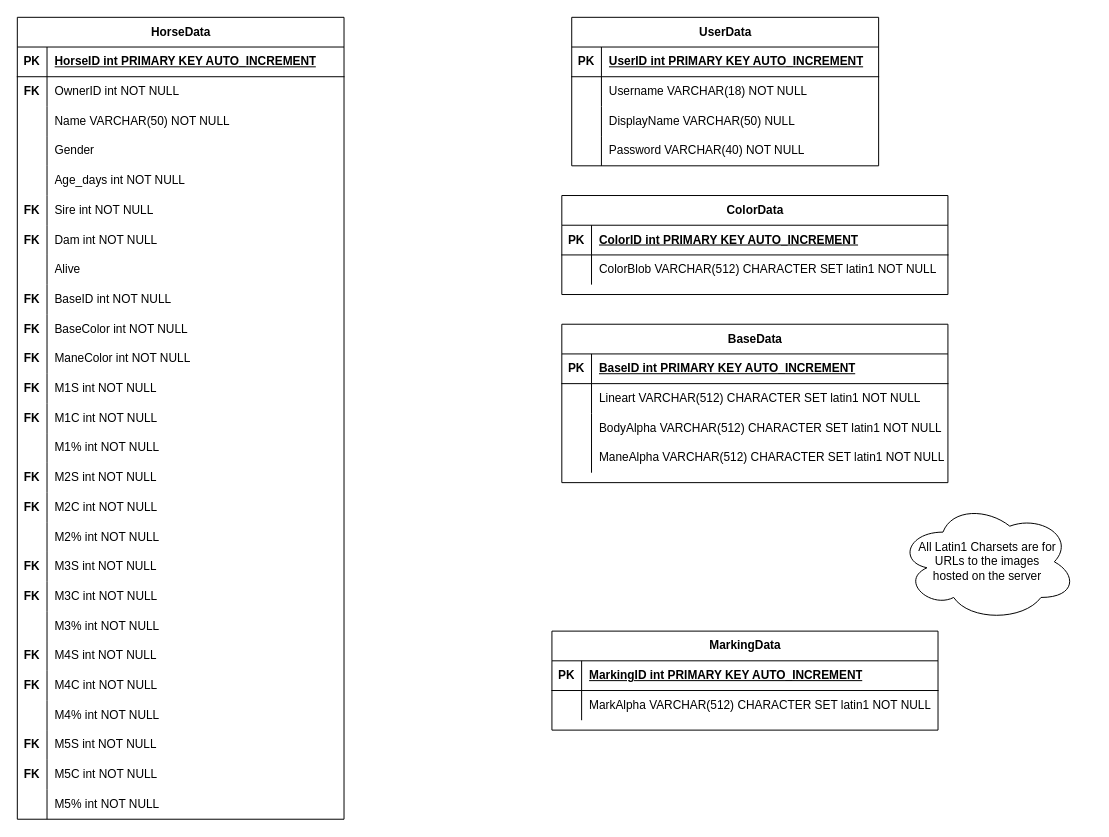
This is ReasonerBlue-ERD.drawio from BubbliBlu/BubbliBlu, a draw.io file, before an edit. Source tidied: cells renumbered, new cells numbered last; positions are measured from the earlier drawing's top-left corner, leaving out a move shared by most shapes. Both pictures are drawn from the tidied source at 99%, with x=0, y=0 at pixel (17, 17).
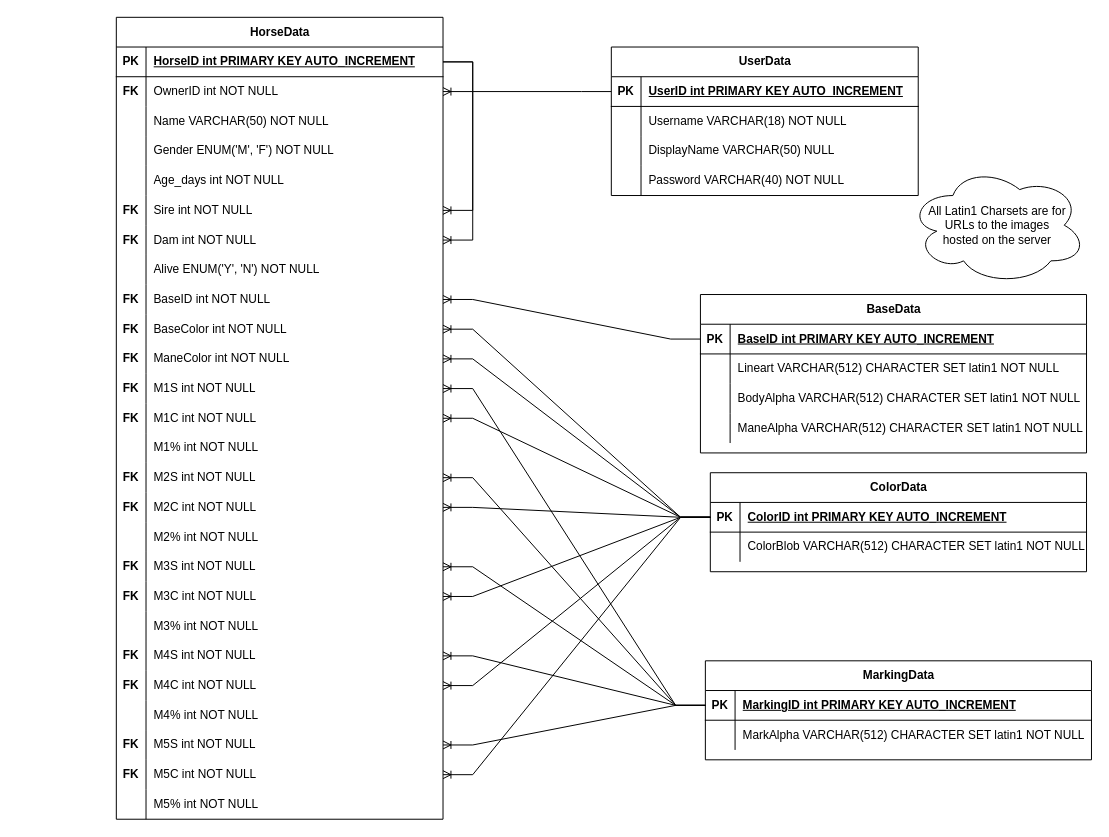
The same page after the edit.

Unchanged cells that the change refers to:
```xml
<mxCell id="3" style="shape=tableRow;horizontal=0;startSize=0;swimlaneHead=0;swimlaneBody=0;fillColor=none;points=[[0,0.5],[1,0.5]];portConstraint=eastwest;top=0;left=0;right=0;bottom=1;" parent="2" vertex="1">
  <mxGeometry y="30" width="310" height="30" as="geometry" />
</mxCell>
<mxCell id="16" style="shape=tableRow;horizontal=0;startSize=0;swimlaneHead=0;swimlaneBody=0;fillColor=none;points=[[0,0.5],[1,0.5]];portConstraint=eastwest;top=0;left=0;right=0;bottom=1;" parent="15" vertex="1">
  <mxGeometry y="30" width="330" height="30" as="geometry" />
</mxCell>
<mxCell id="19" style="shape=tableRow;horizontal=0;startSize=0;swimlaneHead=0;swimlaneBody=0;fillColor=none;points=[[0,0.5],[1,0.5]];portConstraint=eastwest;top=0;left=0;right=0;bottom=0;" parent="15" vertex="1">
  <mxGeometry y="60" width="330" height="30" as="geometry" />
</mxCell>
<mxCell id="25" style="shape=tableRow;horizontal=0;startSize=0;swimlaneHead=0;swimlaneBody=0;fillColor=none;top=0;left=0;right=0;bottom=0;" parent="15" vertex="1">
  <mxGeometry y="120" width="330" height="30" as="geometry" />
</mxCell>
<mxCell id="31" style="shape=tableRow;horizontal=0;startSize=0;swimlaneHead=0;swimlaneBody=0;fillColor=none;points=[[0,0.5],[1,0.5]];portConstraint=eastwest;top=0;left=0;right=0;bottom=0;" parent="15" vertex="1">
  <mxGeometry y="180" width="330" height="30" as="geometry" />
</mxCell>
<mxCell id="34" style="shape=tableRow;horizontal=0;startSize=0;swimlaneHead=0;swimlaneBody=0;fillColor=none;points=[[0,0.5],[1,0.5]];portConstraint=eastwest;top=0;left=0;right=0;bottom=0;" parent="15" vertex="1">
  <mxGeometry y="210" width="330" height="30" as="geometry" />
</mxCell>
<mxCell id="37" style="shape=tableRow;horizontal=0;startSize=0;swimlaneHead=0;swimlaneBody=0;fillColor=none;top=0;left=0;right=0;bottom=0;" parent="15" vertex="1">
  <mxGeometry y="240" width="330" height="30" as="geometry" />
</mxCell>
<mxCell id="40" style="shape=tableRow;horizontal=0;startSize=0;swimlaneHead=0;swimlaneBody=0;fillColor=none;points=[[0,0.5],[1,0.5]];portConstraint=eastwest;top=0;left=0;right=0;bottom=0;" parent="15" vertex="1">
  <mxGeometry y="270" width="330" height="30" as="geometry" />
</mxCell>
<mxCell id="43" style="shape=tableRow;horizontal=0;startSize=0;swimlaneHead=0;swimlaneBody=0;fillColor=none;points=[[0,0.5],[1,0.5]];portConstraint=eastwest;top=0;left=0;right=0;bottom=0;" parent="15" vertex="1">
  <mxGeometry y="300" width="330" height="30" as="geometry" />
</mxCell>
<mxCell id="46" style="shape=tableRow;horizontal=0;startSize=0;swimlaneHead=0;swimlaneBody=0;fillColor=none;points=[[0,0.5],[1,0.5]];portConstraint=eastwest;top=0;left=0;right=0;bottom=0;" parent="15" vertex="1">
  <mxGeometry y="330" width="330" height="30" as="geometry" />
</mxCell>
<mxCell id="49" style="shape=tableRow;horizontal=0;startSize=0;swimlaneHead=0;swimlaneBody=0;fillColor=none;points=[[0,0.5],[1,0.5]];portConstraint=eastwest;top=0;left=0;right=0;bottom=0;" parent="15" vertex="1">
  <mxGeometry y="360" width="330" height="30" as="geometry" />
</mxCell>
<mxCell id="52" style="shape=tableRow;horizontal=0;startSize=0;swimlaneHead=0;swimlaneBody=0;fillColor=none;points=[[0,0.5],[1,0.5]];portConstraint=eastwest;top=0;left=0;right=0;bottom=0;" parent="15" vertex="1">
  <mxGeometry y="390" width="330" height="30" as="geometry" />
</mxCell>
<mxCell id="58" style="shape=tableRow;horizontal=0;startSize=0;swimlaneHead=0;swimlaneBody=0;fillColor=none;points=[[0,0.5],[1,0.5]];portConstraint=eastwest;top=0;left=0;right=0;bottom=0;" parent="15" vertex="1">
  <mxGeometry y="450" width="330" height="30" as="geometry" />
</mxCell>
<mxCell id="61" style="shape=tableRow;horizontal=0;startSize=0;swimlaneHead=0;swimlaneBody=0;fillColor=none;points=[[0,0.5],[1,0.5]];portConstraint=eastwest;top=0;left=0;right=0;bottom=0;" parent="15" vertex="1">
  <mxGeometry y="480" width="330" height="30" as="geometry" />
</mxCell>
<mxCell id="67" style="shape=tableRow;horizontal=0;startSize=0;swimlaneHead=0;swimlaneBody=0;fillColor=none;points=[[0,0.5],[1,0.5]];portConstraint=eastwest;top=0;left=0;right=0;bottom=0;" parent="15" vertex="1">
  <mxGeometry y="540" width="330" height="30" as="geometry" />
</mxCell>
<mxCell id="70" style="shape=tableRow;horizontal=0;startSize=0;swimlaneHead=0;swimlaneBody=0;fillColor=none;points=[[0,0.5],[1,0.5]];portConstraint=eastwest;top=0;left=0;right=0;bottom=0;" parent="15" vertex="1">
  <mxGeometry y="570" width="330" height="30" as="geometry" />
</mxCell>
<mxCell id="76" style="shape=tableRow;horizontal=0;startSize=0;swimlaneHead=0;swimlaneBody=0;fillColor=none;points=[[0,0.5],[1,0.5]];portConstraint=eastwest;top=0;left=0;right=0;bottom=0;" parent="15" vertex="1">
  <mxGeometry y="630" width="330" height="30" as="geometry" />
</mxCell>
<mxCell id="79" style="shape=tableRow;horizontal=0;startSize=0;swimlaneHead=0;swimlaneBody=0;fillColor=none;points=[[0,0.5],[1,0.5]];portConstraint=eastwest;top=0;left=0;right=0;bottom=0;" parent="15" vertex="1">
  <mxGeometry y="660" width="330" height="30" as="geometry" />
</mxCell>
<mxCell id="85" style="shape=tableRow;horizontal=0;startSize=0;swimlaneHead=0;swimlaneBody=0;fillColor=none;points=[[0,0.5],[1,0.5]];portConstraint=eastwest;top=0;left=0;right=0;bottom=0;" parent="15" vertex="1">
  <mxGeometry y="720" width="330" height="30" as="geometry" />
</mxCell>
<mxCell id="88" style="shape=tableRow;horizontal=0;startSize=0;swimlaneHead=0;swimlaneBody=0;fillColor=none;points=[[0,0.5],[1,0.5]];portConstraint=eastwest;top=0;left=0;right=0;bottom=0;" parent="15" vertex="1">
  <mxGeometry y="750" width="330" height="30" as="geometry" />
</mxCell>
<mxCell id="95" style="shape=tableRow;horizontal=0;startSize=0;swimlaneHead=0;swimlaneBody=0;fillColor=none;points=[[0,0.5],[1,0.5]];portConstraint=eastwest;top=0;left=0;right=0;bottom=1;" parent="94" vertex="1">
  <mxGeometry y="30" width="390" height="30" as="geometry" />
</mxCell>
<mxCell id="115" style="shape=tableRow;horizontal=0;startSize=0;swimlaneHead=0;swimlaneBody=0;fillColor=none;points=[[0,0.5],[1,0.5]];portConstraint=eastwest;top=0;left=0;right=0;bottom=1;" parent="114" vertex="1">
  <mxGeometry y="30" width="390" height="30" as="geometry" />
</mxCell>
```

The edit, as a diff of the source:
```diff
@@
     <mxCell id="2" value="UserData" style="shape=table;startSize=30;childLayout=tableLayout;rowLines=0;fontStyle=1;align=center;html=1;" parent="1" vertex="1">
-      <mxGeometry x="560" width="310" height="150" as="geometry" />
+      <mxGeometry x="600" y="30" width="310" height="150" as="geometry" />
     </mxCell>
@@
     <mxCell id="15" value="HorseData" style="shape=table;startSize=30;childLayout=tableLayout;rowLines=0;fontStyle=1;align=center;html=1;" parent="1" vertex="1">
-      <mxGeometry width="330" height="810" as="geometry" />
+      <mxGeometry x="100" width="330" height="810" as="geometry" />
     </mxCell>
@@
-    <mxCell id="27" value="Gender" style="shape=partialRectangle;fillColor=none;top=0;left=0;bottom=0;right=0;align=left;spacingLeft=6;overflow=hidden;whiteSpace=wrap;html=1;" parent="25" vertex="1">
+    <mxCell id="27" value="Gender ENUM('M', 'F') NOT NULL" style="shape=partialRectangle;fillColor=none;top=0;left=0;bottom=0;right=0;align=left;spacingLeft=6;overflow=hidden;whiteSpace=wrap;html=1;" parent="25" vertex="1">
       <mxGeometry x="30" width="300" height="30" as="geometry" />
     </mxCell>
@@
-    <mxCell id="39" value="Alive" style="shape=partialRectangle;fillColor=none;top=0;left=0;bottom=0;right=0;align=left;spacingLeft=6;overflow=hidden;whiteSpace=wrap;html=1;" parent="37" vertex="1">
+    <mxCell id="39" value="Alive ENUM('Y', 'N') NOT NULL" style="shape=partialRectangle;fillColor=none;top=0;left=0;bottom=0;right=0;align=left;spacingLeft=6;overflow=hidden;whiteSpace=wrap;html=1;" parent="37" vertex="1">
       <mxGeometry x="30" width="300" height="30" as="geometry" />
     </mxCell>
@@
+    <mxCell id="122" style="edgeStyle=entityRelationEdgeStyle;fontSize=12;html=1;endArrow=ERoneToMany;rounded=0;fillColor=light-dark(transparent,#FF3399);strokeColor=light-dark(#000000,#66FF66);" parent="15" edge="1" source="16" target="31">
+      <mxGeometry relative="1" as="geometry" />
+    </mxCell>
+    <mxCell id="123" style="edgeStyle=entityRelationEdgeStyle;fontSize=12;html=1;endArrow=ERoneToMany;rounded=0;fillColor=light-dark(transparent,#FF3399);strokeColor=light-dark(#000000,#66FF66);" parent="15" edge="1" source="16" target="34">
+      <mxGeometry relative="1" as="geometry" />
+    </mxCell>
     <mxCell id="94" value="BaseData" style="shape=table;startSize=30;childLayout=tableLayout;rowLines=0;fontStyle=1;align=center;html=1;" parent="1" vertex="1">
-      <mxGeometry x="550" y="310" width="390" height="160" as="geometry" />
+      <mxGeometry x="690" y="280" width="390" height="160" as="geometry" />
     </mxCell>
@@
     <mxCell id="107" value="ColorData" style="shape=table;startSize=30;childLayout=tableLayout;rowLines=0;fontStyle=1;align=center;html=1;" parent="1" vertex="1">
-      <mxGeometry x="550" y="180" width="390" height="100" as="geometry" />
+      <mxGeometry x="700" y="460" width="380" height="100" as="geometry" />
     </mxCell>
     <mxCell id="108" style="shape=tableRow;horizontal=0;startSize=0;swimlaneHead=0;swimlaneBody=0;fillColor=none;points=[[0,0.5],[1,0.5]];portConstraint=eastwest;top=0;left=0;right=0;bottom=1;" parent="107" vertex="1">
-      <mxGeometry y="30" width="390" height="30" as="geometry" />
+      <mxGeometry y="30" width="380" height="30" as="geometry" />
     </mxCell>
@@
     <mxCell id="110" value="ColorID int PRIMARY KEY AUTO_INCREMENT" style="shape=partialRectangle;fillColor=none;top=0;left=0;bottom=0;right=0;align=left;spacingLeft=6;fontStyle=5;overflow=hidden;whiteSpace=wrap;html=1;" parent="108" vertex="1">
-      <mxGeometry x="30" width="360" height="30" as="geometry" />
+      <mxGeometry x="30" width="350" height="30" as="geometry" />
     </mxCell>
     <mxCell id="111" style="shape=tableRow;horizontal=0;startSize=0;swimlaneHead=0;swimlaneBody=0;fillColor=none;top=0;left=0;right=0;bottom=0;" parent="107" vertex="1">
-      <mxGeometry y="60" width="390" height="30" as="geometry" />
+      <mxGeometry y="60" width="380" height="30" as="geometry" />
     </mxCell>
@@
     <mxCell id="113" value="ColorBlob&amp;nbsp;VARCHAR(512) CHARACTER SET latin1 NOT NULL" style="shape=partialRectangle;fillColor=none;top=0;left=0;bottom=0;right=0;align=left;spacingLeft=6;overflow=hidden;whiteSpace=wrap;html=1;" parent="111" vertex="1">
-      <mxGeometry x="30" width="360" height="30" as="geometry" />
+      <mxGeometry x="30" width="350" height="30" as="geometry" />
     </mxCell>
     <mxCell id="114" value="MarkingData" style="shape=table;startSize=30;childLayout=tableLayout;rowLines=0;fontStyle=1;align=center;html=1;" parent="1" vertex="1">
-      <mxGeometry x="540" y="620" width="390" height="100" as="geometry" />
+      <mxGeometry x="695" y="650" width="390" height="100" as="geometry" />
     </mxCell>
@@
     <mxCell id="121" value="All Latin1 Charsets are for&lt;div&gt;URLs to the images&lt;/div&gt;&lt;div&gt;hosted on the server&lt;/div&gt;" style="ellipse;shape=cloud;whiteSpace=wrap;html=1;align=center;" parent="1" vertex="1">
-      <mxGeometry x="890" y="490" width="180" height="120" as="geometry" />
+      <mxGeometry x="900" y="150" width="180" height="120" as="geometry" />
     </mxCell>
+    <mxCell id="124" style="edgeStyle=entityRelationEdgeStyle;fontSize=12;html=1;endArrow=ERoneToMany;rounded=0;fillColor=light-dark(transparent,#99FFFF);strokeColor=light-dark(#000000,#FFFF99);" parent="1" edge="1" source="3" target="19">
+      <mxGeometry relative="1" as="geometry" />
+    </mxCell>
+    <mxCell id="125" style="edgeStyle=entityRelationEdgeStyle;fontSize=12;html=1;endArrow=ERoneToMany;rounded=0;strokeColor=light-dark(#000000,#99CCFF);" parent="1" edge="1" source="108" target="43">
+      <mxGeometry relative="1" as="geometry" />
+    </mxCell>
+    <mxCell id="126" style="edgeStyle=entityRelationEdgeStyle;fontSize=12;html=1;endArrow=ERoneToMany;rounded=0;strokeColor=light-dark(#000000,#99CCFF);" parent="1" edge="1" source="108" target="46">
+      <mxGeometry relative="1" as="geometry" />
+    </mxCell>
+    <mxCell id="127" style="edgeStyle=entityRelationEdgeStyle;fontSize=12;html=1;endArrow=ERoneToMany;rounded=0;strokeColor=light-dark(#000000,#99CCFF);" parent="1" edge="1" source="108" target="52">
+      <mxGeometry relative="1" as="geometry" />
+    </mxCell>
+    <mxCell id="128" style="edgeStyle=entityRelationEdgeStyle;fontSize=12;html=1;endArrow=ERoneToMany;rounded=0;strokeColor=light-dark(#000000,#99CCFF);" parent="1" edge="1" source="108" target="61">
+      <mxGeometry relative="1" as="geometry" />
+    </mxCell>
+    <mxCell id="129" style="edgeStyle=entityRelationEdgeStyle;fontSize=12;html=1;endArrow=ERoneToMany;rounded=0;strokeColor=light-dark(#000000,#99CCFF);" parent="1" edge="1" source="108" target="70">
+      <mxGeometry relative="1" as="geometry" />
+    </mxCell>
+    <mxCell id="130" style="edgeStyle=entityRelationEdgeStyle;fontSize=12;html=1;endArrow=ERoneToMany;rounded=0;strokeColor=light-dark(#000000,#99CCFF);" parent="1" edge="1" source="108" target="79">
+      <mxGeometry relative="1" as="geometry" />
+    </mxCell>
+    <mxCell id="131" style="edgeStyle=entityRelationEdgeStyle;fontSize=12;html=1;endArrow=ERoneToMany;rounded=0;strokeColor=light-dark(#000000,#99CCFF);" parent="1" edge="1" source="108" target="88">
+      <mxGeometry relative="1" as="geometry" />
+    </mxCell>
+    <mxCell id="132" style="edgeStyle=entityRelationEdgeStyle;fontSize=12;html=1;endArrow=ERoneToMany;rounded=0;strokeColor=light-dark(#000000,#CC99FF);" parent="1" edge="1" source="95" target="40">
+      <mxGeometry relative="1" as="geometry" />
+    </mxCell>
+    <mxCell id="133" style="edgeStyle=entityRelationEdgeStyle;fontSize=12;html=1;endArrow=ERoneToMany;rounded=0;strokeColor=light-dark(#000000,#FF66B3);" parent="1" edge="1" source="115" target="67">
+      <mxGeometry relative="1" as="geometry" />
+    </mxCell>
+    <mxCell id="134" style="edgeStyle=entityRelationEdgeStyle;fontSize=12;html=1;endArrow=ERoneToMany;rounded=0;strokeColor=light-dark(#000000,#FF66B3);" parent="1" edge="1" source="115" target="49">
+      <mxGeometry relative="1" as="geometry" />
+    </mxCell>
+    <mxCell id="135" style="edgeStyle=entityRelationEdgeStyle;fontSize=12;html=1;endArrow=ERoneToMany;rounded=0;strokeColor=light-dark(#000000,#FF66B3);" parent="1" edge="1" source="115" target="58">
+      <mxGeometry relative="1" as="geometry" />
+    </mxCell>
+    <mxCell id="136" style="edgeStyle=entityRelationEdgeStyle;fontSize=12;html=1;endArrow=ERoneToMany;rounded=0;strokeColor=light-dark(#000000,#FF66B3);" parent="1" edge="1" source="115" target="76">
+      <mxGeometry relative="1" as="geometry" />
+    </mxCell>
+    <mxCell id="137" style="edgeStyle=entityRelationEdgeStyle;fontSize=12;html=1;endArrow=ERoneToMany;rounded=0;strokeColor=light-dark(#000000,#FF66B3);" parent="1" edge="1" source="115" target="85">
+      <mxGeometry relative="1" as="geometry" />
+    </mxCell>
```
